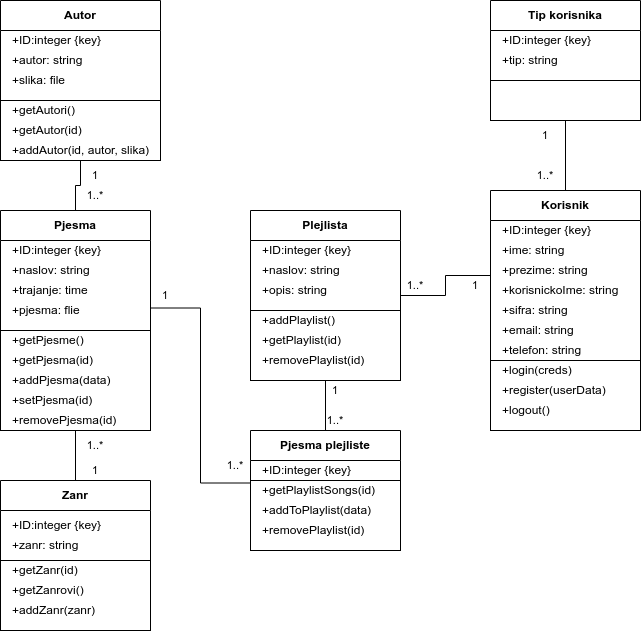
Earlier version of the draw.io export docs/DesignClassDiagram.png (Balsa-Dogandzic/SoundBazaar). Source tidied: cells renumbered, new cells last; positions are measured from the earlier drawing's top-left corner, leaving out a move shared by most shapes.
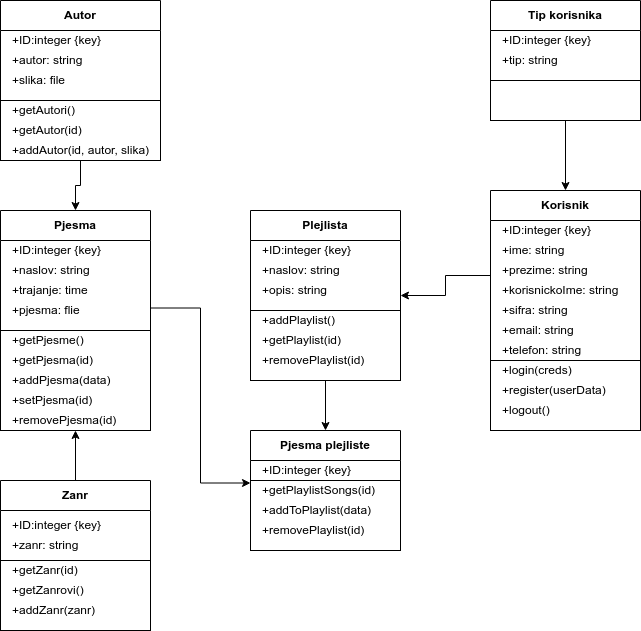
After the commit.

Change to the diagram source:
```diff
@@ -2,7 +2,7 @@
   <root>
     <mxCell id="0" />
     <mxCell id="1" parent="0" />
-    <mxCell id="2" style="edgeStyle=orthogonalEdgeStyle;rounded=0;jettySize=auto;html=1;exitX=0.5;exitY=0;exitDx=0;exitDy=0;entryX=0.5;entryY=1;entryDx=0;entryDy=0;strokeColor=default;align=center;verticalAlign=middle;fontFamily=Helvetica;fontSize=11;fontColor=default;labelBackgroundColor=default;endArrow=none;endFill=0;" parent="1" edge="1" source="3" target="26">
+    <mxCell id="2" style="edgeStyle=orthogonalEdgeStyle;rounded=0;jettySize=auto;html=1;exitX=0.5;exitY=0;exitDx=0;exitDy=0;entryX=0.5;entryY=1;entryDx=0;entryDy=0;strokeColor=default;align=center;verticalAlign=middle;fontFamily=Helvetica;fontSize=11;fontColor=default;labelBackgroundColor=default;endArrow=none;endFill=0;startArrow=classic;startFill=1;" parent="1" edge="1" source="3" target="26">
       <mxGeometry relative="1" as="geometry" />
     </mxCell>
     <mxCell id="3" value="Korisnik" style="swimlane;whiteSpace=wrap;html=1;startSize=30;" parent="1" vertex="1">
@@ -29,7 +29,7 @@
     <mxCell id="10" value="+telefon: string" style="text;html=1;align=left;verticalAlign=middle;whiteSpace=wrap;rounded=0;" parent="3" vertex="1">
       <mxGeometry x="10" y="150" width="130" height="20" as="geometry" />
     </mxCell>
-    <mxCell id="11" style="edgeStyle=orthogonalEdgeStyle;rounded=0;jettySize=auto;html=1;exitX=0.5;exitY=1;exitDx=0;exitDy=0;entryX=0.5;entryY=0;entryDx=0;entryDy=0;endArrow=none;endFill=0;" parent="1" edge="1" source="12" target="21">
+    <mxCell id="11" style="edgeStyle=orthogonalEdgeStyle;rounded=0;jettySize=auto;html=1;exitX=0.5;exitY=1;exitDx=0;exitDy=0;entryX=0.5;entryY=0;entryDx=0;entryDy=0;endArrow=classic;endFill=1;" parent="1" edge="1" source="12" target="21">
       <mxGeometry relative="1" as="geometry" />
     </mxCell>
     <mxCell id="12" value="Autor" style="swimlane;whiteSpace=wrap;html=1;startSize=30;" parent="1" vertex="1">
@@ -56,7 +56,7 @@
     <mxCell id="19" value="+addAutor(id, autor, slika)" style="text;html=1;align=left;verticalAlign=middle;whiteSpace=wrap;rounded=0;" parent="12" vertex="1">
       <mxGeometry x="10" y="140" width="140" height="20" as="geometry" />
     </mxCell>
-    <mxCell id="20" style="edgeStyle=orthogonalEdgeStyle;rounded=0;jettySize=auto;html=1;exitX=1;exitY=0.75;exitDx=0;exitDy=0;entryX=0;entryY=0.75;entryDx=0;entryDy=0;strokeColor=default;align=center;verticalAlign=middle;fontFamily=Helvetica;fontSize=11;fontColor=default;labelBackgroundColor=default;endArrow=none;endFill=0;" parent="1" edge="1" source="21" target="47">
+    <mxCell id="20" style="edgeStyle=orthogonalEdgeStyle;rounded=0;jettySize=auto;html=1;exitX=1;exitY=0.75;exitDx=0;exitDy=0;entryX=0;entryY=0.75;entryDx=0;entryDy=0;strokeColor=default;align=center;verticalAlign=middle;fontFamily=Helvetica;fontSize=11;fontColor=default;labelBackgroundColor=default;endArrow=classic;endFill=1;" parent="1" edge="1" source="21" target="47">
       <mxGeometry relative="1" as="geometry" />
     </mxCell>
     <mxCell id="21" value="Pjesma" style="swimlane;whiteSpace=wrap;html=1;startSize=30;" parent="1" vertex="1">
@@ -86,7 +86,7 @@
     <mxCell id="29" style="rounded=0;whiteSpace=wrap;html=1;" parent="26" vertex="1">
       <mxGeometry y="80" width="150" height="40" as="geometry" />
     </mxCell>
-    <mxCell id="30" style="edgeStyle=orthogonalEdgeStyle;rounded=0;jettySize=auto;html=1;exitX=1;exitY=0.5;exitDx=0;exitDy=0;entryX=0;entryY=0.5;entryDx=0;entryDy=0;strokeColor=default;align=center;verticalAlign=middle;fontFamily=Helvetica;fontSize=11;fontColor=default;labelBackgroundColor=default;endArrow=none;endFill=0;" parent="1" edge="1" source="31" target="3">
+    <mxCell id="30" style="edgeStyle=orthogonalEdgeStyle;rounded=0;jettySize=auto;html=1;exitX=1;exitY=0.5;exitDx=0;exitDy=0;entryX=0;entryY=0.5;entryDx=0;entryDy=0;strokeColor=default;align=center;verticalAlign=middle;fontFamily=Helvetica;fontSize=11;fontColor=default;labelBackgroundColor=default;endArrow=none;endFill=0;startArrow=classic;startFill=1;" parent="1" edge="1" source="31" target="3">
       <mxGeometry relative="1" as="geometry" />
     </mxCell>
     <mxCell id="31" value="Plejlista" style="swimlane;whiteSpace=wrap;html=1;startSize=30;" parent="1" vertex="1">
@@ -134,7 +134,7 @@
     <mxCell id="45" value="+addZanr(zanr)" style="text;html=1;align=left;verticalAlign=middle;whiteSpace=wrap;rounded=0;" parent="39" vertex="1">
       <mxGeometry x="10" y="120" width="130" height="20" as="geometry" />
     </mxCell>
-    <mxCell id="46" style="edgeStyle=orthogonalEdgeStyle;rounded=0;jettySize=auto;html=1;exitX=0.5;exitY=0;exitDx=0;exitDy=0;entryX=0.5;entryY=1;entryDx=0;entryDy=0;strokeColor=default;align=center;verticalAlign=middle;fontFamily=Helvetica;fontSize=11;fontColor=default;labelBackgroundColor=default;endArrow=none;endFill=0;" parent="1" edge="1" source="47" target="31">
+    <mxCell id="46" style="edgeStyle=orthogonalEdgeStyle;rounded=0;jettySize=auto;html=1;exitX=0.5;exitY=0;exitDx=0;exitDy=0;entryX=0.5;entryY=1;entryDx=0;entryDy=0;strokeColor=default;align=center;verticalAlign=middle;fontFamily=Helvetica;fontSize=11;fontColor=default;labelBackgroundColor=default;endArrow=none;endFill=0;startArrow=classic;startFill=1;" parent="1" edge="1" source="47" target="31">
       <mxGeometry relative="1" as="geometry" />
     </mxCell>
     <mxCell id="47" value="Pjesma plejliste" style="swimlane;whiteSpace=wrap;html=1;startSize=30;" parent="1" vertex="1">
@@ -164,7 +164,7 @@
     <mxCell id="55" value="+setPjesma(id)" style="text;html=1;align=left;verticalAlign=middle;whiteSpace=wrap;rounded=0;" parent="1" vertex="1">
       <mxGeometry x="10" y="390" width="130" height="20" as="geometry" />
     </mxCell>
-    <mxCell id="56" style="edgeStyle=orthogonalEdgeStyle;rounded=0;jettySize=auto;html=1;exitX=0.5;exitY=1;exitDx=0;exitDy=0;entryX=0.5;entryY=0;entryDx=0;entryDy=0;strokeColor=default;align=center;verticalAlign=middle;fontFamily=Helvetica;fontSize=11;fontColor=default;labelBackgroundColor=default;endArrow=none;endFill=0;" parent="1" edge="1" source="57" target="39">
+    <mxCell id="56" style="edgeStyle=orthogonalEdgeStyle;rounded=0;jettySize=auto;html=1;exitX=0.5;exitY=1;exitDx=0;exitDy=0;entryX=0.5;entryY=0;entryDx=0;entryDy=0;strokeColor=default;align=center;verticalAlign=middle;fontFamily=Helvetica;fontSize=11;fontColor=default;labelBackgroundColor=default;endArrow=none;endFill=0;startArrow=classic;startFill=1;" parent="1" edge="1" source="57" target="39">
       <mxGeometry relative="1" as="geometry" />
     </mxCell>
     <mxCell id="57" value="+removePjesma(id)" style="text;html=1;align=left;verticalAlign=middle;whiteSpace=wrap;rounded=0;" parent="1" vertex="1">
@@ -188,41 +188,5 @@
     <mxCell id="63" value="+logout()" style="text;html=1;align=left;verticalAlign=middle;whiteSpace=wrap;rounded=0;" parent="1" vertex="1">
       <mxGeometry x="500" y="400" width="130" height="20" as="geometry" />
     </mxCell>
-    <mxCell id="64" value="1" style="text;html=1;align=center;verticalAlign=middle;whiteSpace=wrap;rounded=0;fontFamily=Helvetica;fontSize=11;fontColor=default;labelBackgroundColor=default;" parent="1" vertex="1">
-      <mxGeometry x="80" y="160" width="30" height="30" as="geometry" />
-    </mxCell>
-    <mxCell id="65" value="1..*" style="text;html=1;align=center;verticalAlign=middle;whiteSpace=wrap;rounded=0;fontFamily=Helvetica;fontSize=11;fontColor=default;labelBackgroundColor=default;" parent="1" vertex="1">
-      <mxGeometry x="80" y="180" width="30" height="30" as="geometry" />
-    </mxCell>
-    <mxCell id="66" value="1..*" style="text;html=1;align=center;verticalAlign=middle;whiteSpace=wrap;rounded=0;fontFamily=Helvetica;fontSize=11;fontColor=default;labelBackgroundColor=default;" parent="1" vertex="1">
-      <mxGeometry x="80" y="430" width="30" height="30" as="geometry" />
-    </mxCell>
-    <mxCell id="67" value="1" style="text;html=1;align=center;verticalAlign=middle;whiteSpace=wrap;rounded=0;fontFamily=Helvetica;fontSize=11;fontColor=default;labelBackgroundColor=default;" parent="1" vertex="1">
-      <mxGeometry x="80" y="455" width="30" height="30" as="geometry" />
-    </mxCell>
-    <mxCell id="68" value="1..*" style="text;html=1;align=center;verticalAlign=middle;whiteSpace=wrap;rounded=0;fontFamily=Helvetica;fontSize=11;fontColor=default;labelBackgroundColor=default;" parent="1" vertex="1">
-      <mxGeometry x="220" y="450" width="30" height="30" as="geometry" />
-    </mxCell>
-    <mxCell id="69" value="1" style="text;html=1;align=center;verticalAlign=middle;whiteSpace=wrap;rounded=0;fontFamily=Helvetica;fontSize=11;fontColor=default;labelBackgroundColor=default;" parent="1" vertex="1">
-      <mxGeometry x="150" y="280" width="30" height="30" as="geometry" />
-    </mxCell>
-    <mxCell id="70" value="1..*" style="text;html=1;align=center;verticalAlign=middle;whiteSpace=wrap;rounded=0;fontFamily=Helvetica;fontSize=11;fontColor=default;labelBackgroundColor=default;" parent="1" vertex="1">
-      <mxGeometry x="320" y="405" width="30" height="30" as="geometry" />
-    </mxCell>
-    <mxCell id="71" value="1" style="text;html=1;align=center;verticalAlign=middle;whiteSpace=wrap;rounded=0;fontFamily=Helvetica;fontSize=11;fontColor=default;labelBackgroundColor=default;" parent="1" vertex="1">
-      <mxGeometry x="320" y="375" width="30" height="30" as="geometry" />
-    </mxCell>
-    <mxCell id="72" value="1..*" style="text;html=1;align=center;verticalAlign=middle;whiteSpace=wrap;rounded=0;fontFamily=Helvetica;fontSize=11;fontColor=default;labelBackgroundColor=default;" parent="1" vertex="1">
-      <mxGeometry x="400" y="270" width="30" height="30" as="geometry" />
-    </mxCell>
-    <mxCell id="73" value="1" style="text;html=1;align=center;verticalAlign=middle;whiteSpace=wrap;rounded=0;fontFamily=Helvetica;fontSize=11;fontColor=default;labelBackgroundColor=default;" parent="1" vertex="1">
-      <mxGeometry x="460" y="270" width="30" height="30" as="geometry" />
-    </mxCell>
-    <mxCell id="74" value="1..*" style="text;html=1;align=center;verticalAlign=middle;whiteSpace=wrap;rounded=0;fontFamily=Helvetica;fontSize=11;fontColor=default;labelBackgroundColor=default;" parent="1" vertex="1">
-      <mxGeometry x="530" y="160" width="30" height="30" as="geometry" />
-    </mxCell>
-    <mxCell id="75" value="1" style="text;html=1;align=center;verticalAlign=middle;whiteSpace=wrap;rounded=0;fontFamily=Helvetica;fontSize=11;fontColor=default;labelBackgroundColor=default;" parent="1" vertex="1">
-      <mxGeometry x="530" y="120" width="30" height="30" as="geometry" />
-    </mxCell>
   </root>
 </mxGraphModel>
```
